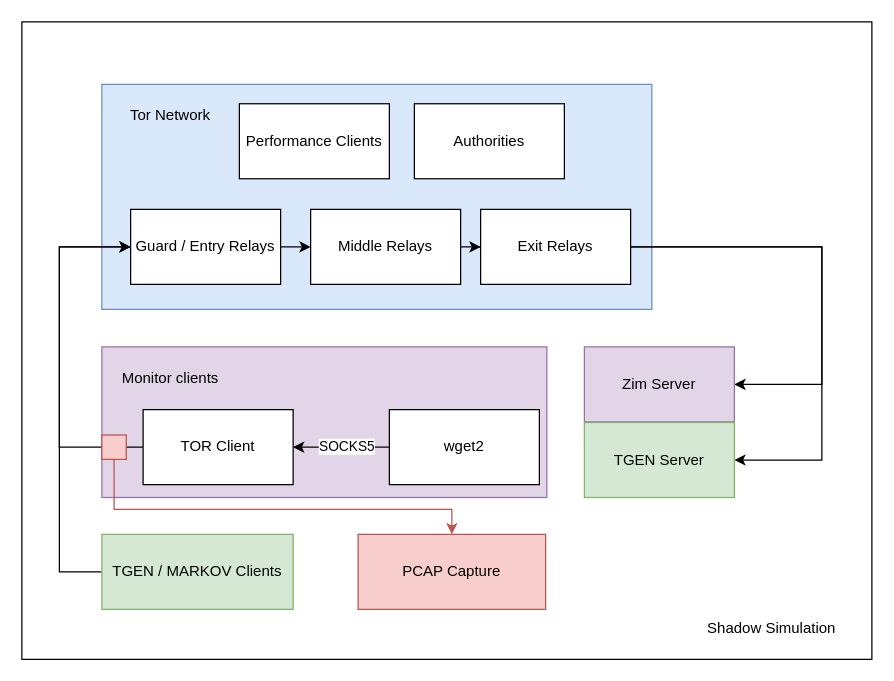
Earlier version of the draw.io diagram page "Page-1" (1 of 2) of images/Diagrams.drawio (OliverStaub/BachelorThesis). Source tidied: cells renumbered, new cells numbered last; positions are measured from the earlier drawing's top-left corner, leaving out a move shared by most shapes. Both pictures are drawn from the tidied source at 125%, with x=0, y=0 at pixel (21, 21).
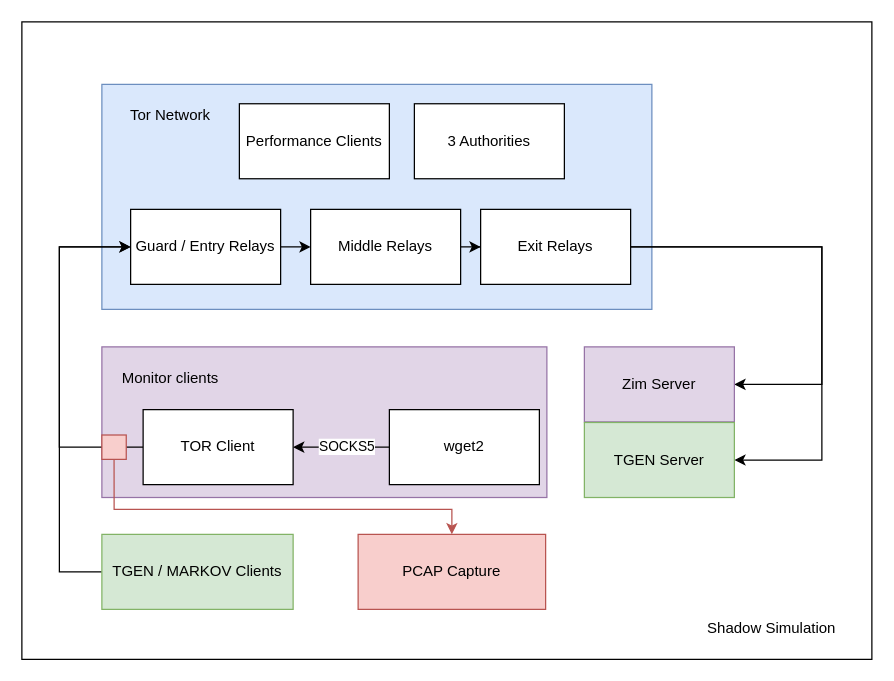
Above is the later version.

Change to the diagram source:
```diff
@@
-    <mxCell id="15" value="Authorities" style="rounded=0;whiteSpace=wrap;html=1;" parent="1" vertex="1">
+    <mxCell id="15" value="3 Authorities" style="rounded=0;whiteSpace=wrap;html=1;" parent="1" vertex="1">
       <mxGeometry x="314" y="65.5" width="120" height="60" as="geometry" />
     </mxCell>
```
